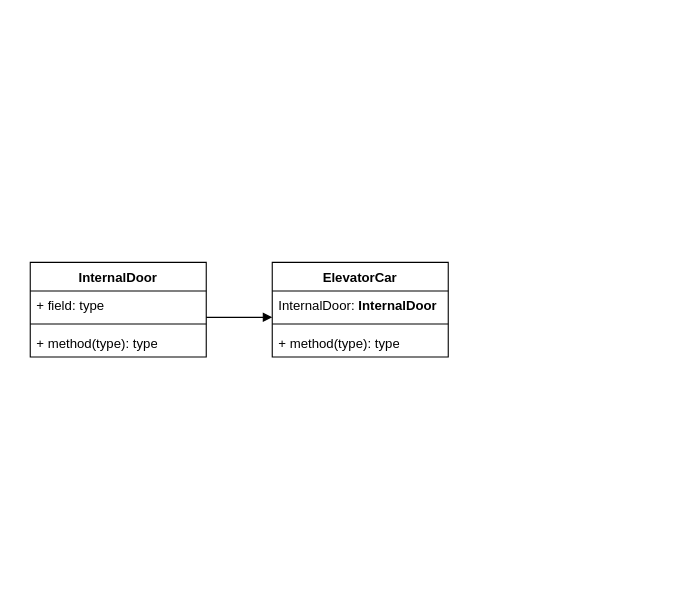
Above: ElevatorProblem.drawio in RidamGarg/Class_Diagrams (draw.io), before the change. Source tidied: cells renumbered, new cells numbered last; positions are measured from the earlier drawing's top-left corner, leaving out a move shared by most shapes. Both pictures are drawn from the tidied source at 110%, with x=0, y=0 at pixel (30, 262).
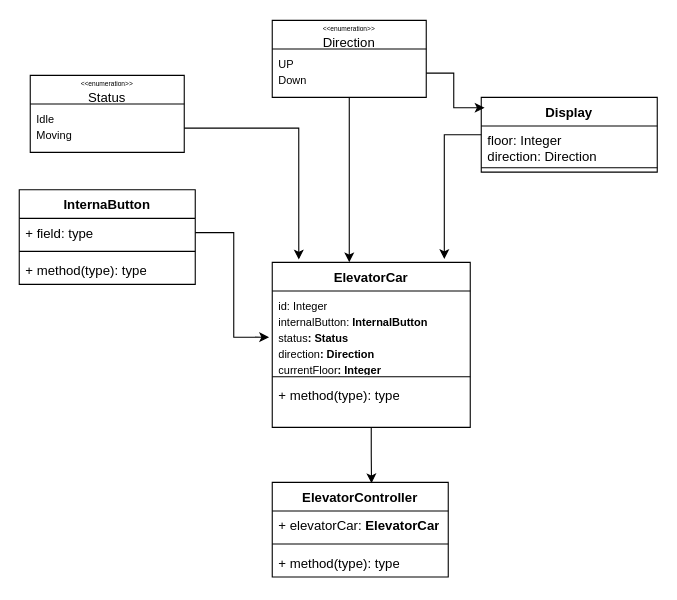
The same page after the edit.

What changed in the source:
```diff
@@
     <mxCell id="2" value="ElevatorCar" style="swimlane;fontStyle=1;align=center;verticalAlign=top;horizontal=1;startSize=26;whiteSpace=wrap;html=1;" parent="1" vertex="1">
-      <mxGeometry x="220" width="160" height="86" as="geometry" />
+      <mxGeometry x="220" width="180" height="150" as="geometry" />
     </mxCell>
-    <mxCell id="3" value="InternalDoor:&amp;nbsp;&lt;span style=&quot;font-weight: 700; text-align: center;&quot;&gt;InternalDoor&lt;/span&gt;" style="text;strokeColor=none;fillColor=none;align=left;verticalAlign=top;spacingLeft=4;spacingRight=4;overflow=hidden;points=[[0,0.5],[1,0.5]];portConstraint=eastwest;whiteSpace=wrap;html=1;" parent="2" vertex="1">
-      <mxGeometry y="26" width="160" height="26" as="geometry" />
+    <mxCell id="3" value="&lt;div&gt;&lt;font style=&quot;font-size: 10px;&quot;&gt;id: Integer&lt;/font&gt;&lt;/div&gt;&lt;font style=&quot;font-size: 10px;&quot;&gt;internalButton:&amp;nbsp;&lt;span style=&quot;text-align: center;&quot;&gt;&lt;b&gt;InternalButton&lt;/b&gt;&lt;br&gt;status&lt;/span&gt;&lt;span style=&quot;font-weight: 700; text-align: center;&quot;&gt;: Status&lt;/span&gt;&lt;/font&gt;&lt;div&gt;&lt;font style=&quot;font-size: 10px;&quot;&gt;&lt;span style=&quot;text-align: center;&quot;&gt;direction&lt;/span&gt;&lt;span style=&quot;font-weight: 700; text-align: center;&quot;&gt;: Direction&lt;/span&gt;&lt;/font&gt;&lt;/div&gt;&lt;div&gt;&lt;font style=&quot;font-size: 10px;&quot;&gt;&lt;span style=&quot;text-align: center;&quot;&gt;currentFloor&lt;/span&gt;&lt;span style=&quot;font-weight: 700; text-align: center;&quot;&gt;: Integer&lt;/span&gt;&lt;/font&gt;&lt;/div&gt;" style="text;strokeColor=none;fillColor=none;align=left;verticalAlign=top;spacingLeft=4;spacingRight=4;overflow=hidden;points=[[0,0.5],[1,0.5]];portConstraint=eastwest;whiteSpace=wrap;html=1;" parent="2" vertex="1">
+      <mxGeometry y="26" width="180" height="74" as="geometry" />
     </mxCell>
     <mxCell id="4" style="line;strokeWidth=1;fillColor=none;align=left;verticalAlign=middle;spacingTop=-1;spacingLeft=3;spacingRight=3;labelPosition=right;strokeColor=inherit;" parent="2" vertex="1">
-      <mxGeometry y="52" width="160" height="8" as="geometry" />
+      <mxGeometry y="100" width="180" height="8" as="geometry" />
     </mxCell>
     <mxCell id="5" value="+ method(type): type" style="text;strokeColor=none;fillColor=none;align=left;verticalAlign=top;spacingLeft=4;spacingRight=4;overflow=hidden;whiteSpace=wrap;html=1;" parent="2" vertex="1">
-      <mxGeometry y="60" width="160" height="26" as="geometry" />
+      <mxGeometry y="108" width="180" height="42" as="geometry" />
     </mxCell>
-    <mxCell id="6" value="InternalDoor" style="swimlane;fontStyle=1;align=center;verticalAlign=top;horizontal=1;startSize=26;whiteSpace=wrap;html=1;" parent="1" vertex="1">
-      <mxGeometry width="160" height="86" as="geometry" />
-    </mxCell>
+    <mxCell id="11" value="&lt;div&gt;&lt;font style=&quot;font-size: 6px;&quot;&gt;&amp;lt;&amp;lt;enumeration&amp;gt;&amp;gt;&lt;/font&gt;&lt;/div&gt;Status" style="swimlane;fontStyle=0;horizontal=1;startSize=26;fillColor=none;whiteSpace=wrap;html=1;" parent="1" vertex="1">
+      <mxGeometry y="-170" width="140" height="70" as="geometry" />
+    </mxCell>
+    <mxCell id="12" value="&lt;font style=&quot;font-size: 10px;&quot;&gt;Idle&lt;/font&gt;&lt;div&gt;&lt;font style=&quot;font-size: 10px;&quot;&gt;Moving&lt;br&gt;&lt;/font&gt;&lt;div&gt;&lt;br&gt;&lt;/div&gt;&lt;/div&gt;" style="text;strokeColor=none;fillColor=none;align=left;verticalAlign=top;spacingLeft=4;spacingRight=4;overflow=hidden;points=[[0,0.5],[1,0.5]];portConstraint=eastwest;whiteSpace=wrap;html=1;" parent="11" vertex="1">
+      <mxGeometry y="26" width="140" height="44" as="geometry" />
+    </mxCell>
+    <mxCell id="13" style="edgeStyle=orthogonalEdgeStyle;rounded=0;jettySize=auto;html=1;entryX=0.389;entryY=0;entryDx=0;entryDy=0;entryPerimeter=0;" parent="1" edge="1" source="14" target="2">
+      <mxGeometry relative="1" as="geometry" />
+    </mxCell>
+    <mxCell id="14" value="&lt;div&gt;&lt;font style=&quot;font-size: 6px;&quot;&gt;&amp;lt;&amp;lt;enumeration&amp;gt;&amp;gt;&lt;/font&gt;&lt;/div&gt;Direction" style="swimlane;fontStyle=0;horizontal=1;startSize=26;fillColor=none;whiteSpace=wrap;html=1;" parent="1" vertex="1">
+      <mxGeometry x="220" y="-220" width="140" height="70" as="geometry" />
+    </mxCell>
+    <mxCell id="15" value="&lt;div&gt;&lt;div&gt;&lt;font style=&quot;font-size: 10px;&quot;&gt;UP&lt;br&gt;Down&lt;/font&gt;&lt;/div&gt;&lt;/div&gt;" style="text;strokeColor=none;fillColor=none;align=left;verticalAlign=top;spacingLeft=4;spacingRight=4;overflow=hidden;points=[[0,0.5],[1,0.5]];portConstraint=eastwest;whiteSpace=wrap;html=1;" parent="14" vertex="1">
+      <mxGeometry y="26" width="140" height="44" as="geometry" />
+    </mxCell>
+    <mxCell id="16" value="InternaButton" style="swimlane;fontStyle=1;align=center;verticalAlign=top;horizontal=1;startSize=26;whiteSpace=wrap;html=1;" parent="1" vertex="1">
+      <mxGeometry x="-10" y="-66" width="160" height="86" as="geometry" />
+    </mxCell>
-    <mxCell id="7" value="+ field: type" style="text;strokeColor=none;fillColor=none;align=left;verticalAlign=top;spacingLeft=4;spacingRight=4;overflow=hidden;points=[[0,0.5],[1,0.5]];portConstraint=eastwest;whiteSpace=wrap;html=1;" parent="6" vertex="1">
+    <mxCell id="7" value="+ field: type" style="text;strokeColor=none;fillColor=none;align=left;verticalAlign=top;spacingLeft=4;spacingRight=4;overflow=hidden;points=[[0,0.5],[1,0.5]];portConstraint=eastwest;whiteSpace=wrap;html=1;" parent="16" vertex="1">
       <mxGeometry y="26" width="160" height="26" as="geometry" />
     </mxCell>
-    <mxCell id="8" style="line;strokeWidth=1;fillColor=none;align=left;verticalAlign=middle;spacingTop=-1;spacingLeft=3;spacingRight=3;labelPosition=right;strokeColor=inherit;" parent="6" vertex="1">
-      <mxGeometry y="52" width="160" height="8" as="geometry" />
-    </mxCell>
-    <mxCell id="9" value="+ method(type): type" style="text;strokeColor=none;fillColor=none;align=left;verticalAlign=top;spacingLeft=4;spacingRight=4;overflow=hidden;whiteSpace=wrap;html=1;" parent="6" vertex="1">
-      <mxGeometry y="60" width="160" height="26" as="geometry" />
-    </mxCell>
-    <mxCell id="10" style="endArrow=block;endFill=1;html=1;edgeStyle=orthogonalEdgeStyle;align=left;verticalAlign=top;rounded=0;" parent="1" edge="1">
-      <mxGeometry x="-1" relative="1" as="geometry">
-        <mxPoint x="170" y="50" as="sourcePoint" />
-        <mxPoint x="220" y="50" as="targetPoint" />
-        <Array as="points">
-          <mxPoint x="160" y="50" />
-          <mxPoint x="160" y="50" />
-        </Array>
-      </mxGeometry>
-    </mxCell>
+    <mxCell id="17" style="line;strokeWidth=1;fillColor=none;align=left;verticalAlign=middle;spacingTop=-1;spacingLeft=3;spacingRight=3;labelPosition=right;strokeColor=inherit;" parent="16" vertex="1">
+      <mxGeometry y="52" width="160" height="8" as="geometry" />
+    </mxCell>
+    <mxCell id="18" value="+ method(type): type" style="text;strokeColor=none;fillColor=none;align=left;verticalAlign=top;spacingLeft=4;spacingRight=4;overflow=hidden;whiteSpace=wrap;html=1;" parent="16" vertex="1">
+      <mxGeometry y="60" width="160" height="26" as="geometry" />
+    </mxCell>
+    <mxCell id="19" value="Display" style="swimlane;fontStyle=1;align=center;verticalAlign=top;horizontal=1;startSize=26;whiteSpace=wrap;html=1;" parent="1" vertex="1">
+      <mxGeometry x="410" y="-150" width="160" height="68" as="geometry" />
+    </mxCell>
+    <mxCell id="20" value="floor: Integer&lt;div&gt;direction: Direction&lt;br&gt;&lt;br&gt;&lt;/div&gt;" style="text;strokeColor=none;fillColor=none;align=left;verticalAlign=top;spacingLeft=4;spacingRight=4;overflow=hidden;whiteSpace=wrap;html=1;" parent="19" vertex="1">
+      <mxGeometry y="26" width="160" height="34" as="geometry" />
+    </mxCell>
+    <mxCell id="21" style="line;strokeWidth=1;fillColor=none;align=left;verticalAlign=middle;spacingTop=-1;spacingLeft=3;spacingRight=3;labelPosition=right;strokeColor=inherit;" parent="19" vertex="1">
+      <mxGeometry y="60" width="160" height="8" as="geometry" />
+    </mxCell>
+    <mxCell id="22" style="edgeStyle=orthogonalEdgeStyle;rounded=0;jettySize=auto;html=1;exitX=1;exitY=0.5;exitDx=0;exitDy=0;entryX=-0.016;entryY=0.568;entryDx=0;entryDy=0;entryPerimeter=0;" parent="1" edge="1" source="7" target="3">
+      <mxGeometry relative="1" as="geometry" />
+    </mxCell>
+    <mxCell id="23" style="edgeStyle=orthogonalEdgeStyle;rounded=0;jettySize=auto;html=1;entryX=0.134;entryY=-0.017;entryDx=0;entryDy=0;entryPerimeter=0;" parent="1" edge="1" source="12" target="2">
+      <mxGeometry relative="1" as="geometry" />
+    </mxCell>
+    <mxCell id="24" style="edgeStyle=orthogonalEdgeStyle;rounded=0;jettySize=auto;html=1;entryX=0.019;entryY=0.139;entryDx=0;entryDy=0;entryPerimeter=0;" parent="1" edge="1" source="15" target="19">
+      <mxGeometry relative="1" as="geometry" />
+    </mxCell>
+    <mxCell id="25" style="edgeStyle=orthogonalEdgeStyle;rounded=0;jettySize=auto;html=1;entryX=0.869;entryY=-0.02;entryDx=0;entryDy=0;entryPerimeter=0;" parent="1" edge="1" source="19" target="2">
+      <mxGeometry relative="1" as="geometry" />
+    </mxCell>
+    <mxCell id="26" value="ElevatorController" style="swimlane;fontStyle=1;align=center;verticalAlign=top;horizontal=1;startSize=26;whiteSpace=wrap;html=1;" parent="1" vertex="1">
+      <mxGeometry x="220" y="200" width="160" height="86" as="geometry" />
+    </mxCell>
+    <mxCell id="27" value="+ elevatorCar: &lt;b&gt;ElevatorCar&lt;/b&gt;" style="text;strokeColor=none;fillColor=none;align=left;verticalAlign=top;spacingLeft=4;spacingRight=4;overflow=hidden;whiteSpace=wrap;html=1;" parent="26" vertex="1">
+      <mxGeometry y="26" width="160" height="26" as="geometry" />
+    </mxCell>
+    <mxCell id="28" style="line;strokeWidth=1;fillColor=none;align=left;verticalAlign=middle;spacingTop=-1;spacingLeft=3;spacingRight=3;labelPosition=right;strokeColor=inherit;" parent="26" vertex="1">
+      <mxGeometry y="52" width="160" height="8" as="geometry" />
+    </mxCell>
+    <mxCell id="29" value="+ method(type): type" style="text;strokeColor=none;fillColor=none;align=left;verticalAlign=top;spacingLeft=4;spacingRight=4;overflow=hidden;whiteSpace=wrap;html=1;" parent="26" vertex="1">
+      <mxGeometry y="60" width="160" height="26" as="geometry" />
+    </mxCell>
+    <mxCell id="30" style="edgeStyle=orthogonalEdgeStyle;rounded=0;jettySize=auto;html=1;entryX=0.564;entryY=0.01;entryDx=0;entryDy=0;entryPerimeter=0;" parent="1" edge="1" source="2" target="26">
+      <mxGeometry relative="1" as="geometry" />
+    </mxCell>
```
